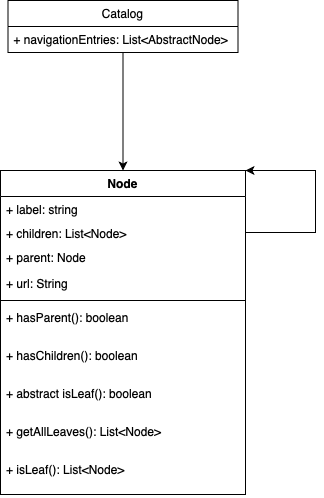
Earlier version of the draw.io export CatalogModel.png (mducnguyen/otto-coding-challenge). Source tidied: cells renumbered, new cells last; positions are measured from the earlier drawing's top-left corner, leaving out a move shared by most shapes.
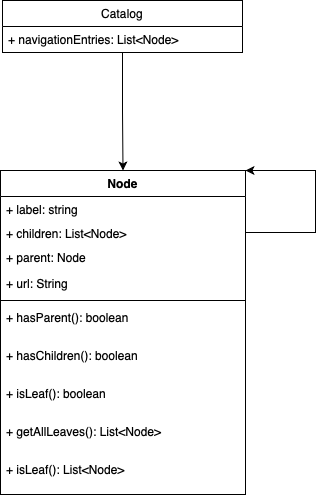
The same diagram one commit later.

What changed in the source:
```diff
@@ -26,7 +26,7 @@
     <mxCell id="9" value="+ hasChildren(): boolean" style="text;strokeColor=none;fillColor=none;align=left;verticalAlign=top;spacingLeft=4;spacingRight=4;overflow=hidden;" parent="2" vertex="1">
       <mxGeometry y="172" width="245" height="38" as="geometry" />
     </mxCell>
-    <mxCell id="10" value="+ abstract isLeaf(): boolean" style="text;strokeColor=none;fillColor=none;align=left;verticalAlign=top;spacingLeft=4;spacingRight=4;overflow=hidden;" parent="2" vertex="1">
+    <mxCell id="10" value="+ isLeaf(): boolean" style="text;strokeColor=none;fillColor=none;align=left;verticalAlign=top;spacingLeft=4;spacingRight=4;overflow=hidden;" parent="2" vertex="1">
       <mxGeometry y="210" width="245" height="38" as="geometry" />
     </mxCell>
     <mxCell id="11" value="+ getAllLeaves(): List&lt;Node&gt;" style="text;strokeColor=none;fillColor=none;align=left;verticalAlign=top;spacingLeft=4;spacingRight=4;overflow=hidden;" parent="2" vertex="1">
@@ -47,10 +47,10 @@
       <mxGeometry relative="1" as="geometry" />
     </mxCell>
     <mxCell id="15" value="Catalog" style="swimlane;fontStyle=0;horizontal=1;startSize=26;fillColor=none;" parent="1" vertex="1">
-      <mxGeometry x="7.5" width="230" height="52" as="geometry" />
+      <mxGeometry x="2" width="240" height="52" as="geometry" />
     </mxCell>
-    <mxCell id="16" value="+ navigationEntries: List&lt;AbstractNode&gt;" style="text;strokeColor=none;fillColor=none;align=left;verticalAlign=top;spacingLeft=4;spacingRight=4;overflow=hidden;" parent="15" vertex="1">
-      <mxGeometry y="26" width="230" height="26" as="geometry" />
+    <mxCell id="16" value="+ navigationEntries: List&lt;Node&gt;" style="text;strokeColor=none;fillColor=none;align=left;verticalAlign=top;spacingLeft=4;spacingRight=4;overflow=hidden;" parent="15" vertex="1">
+      <mxGeometry y="26" width="240" height="26" as="geometry" />
     </mxCell>
   </root>
 </mxGraphModel>
```
